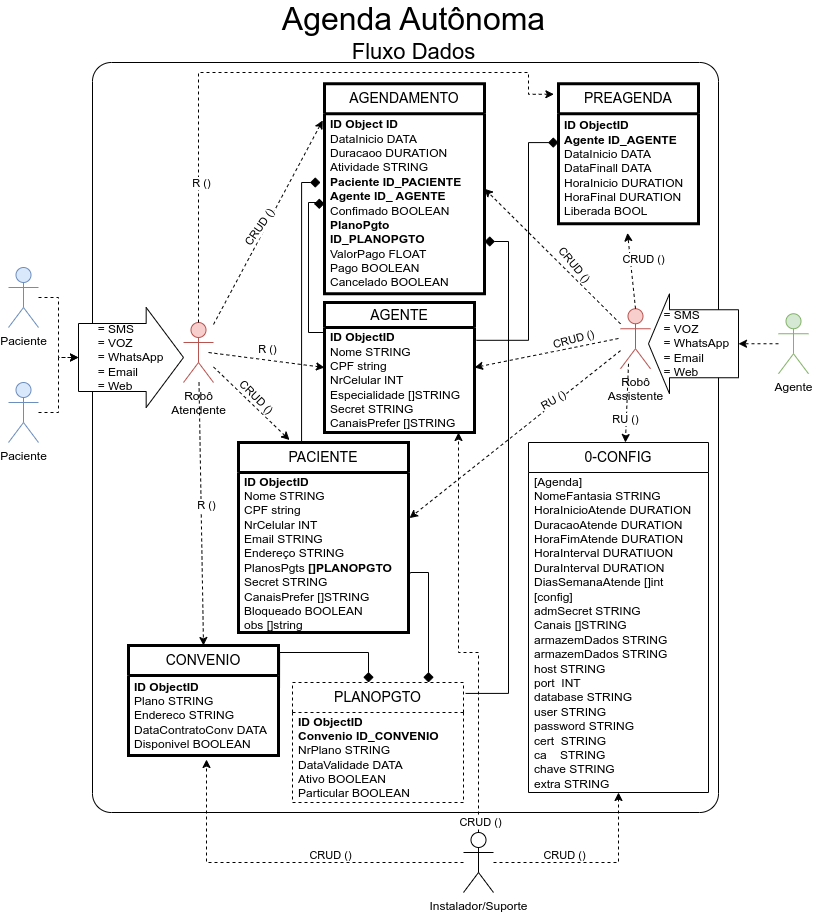
This is Agenda-Página-1.drawio.png from gunboe/Agenda, a draw.io export, as it was before one commit. Source tidied: cells renumbered, new cells last; positions are measured from the earlier drawing's top-left corner, leaving out a move shared by most shapes.
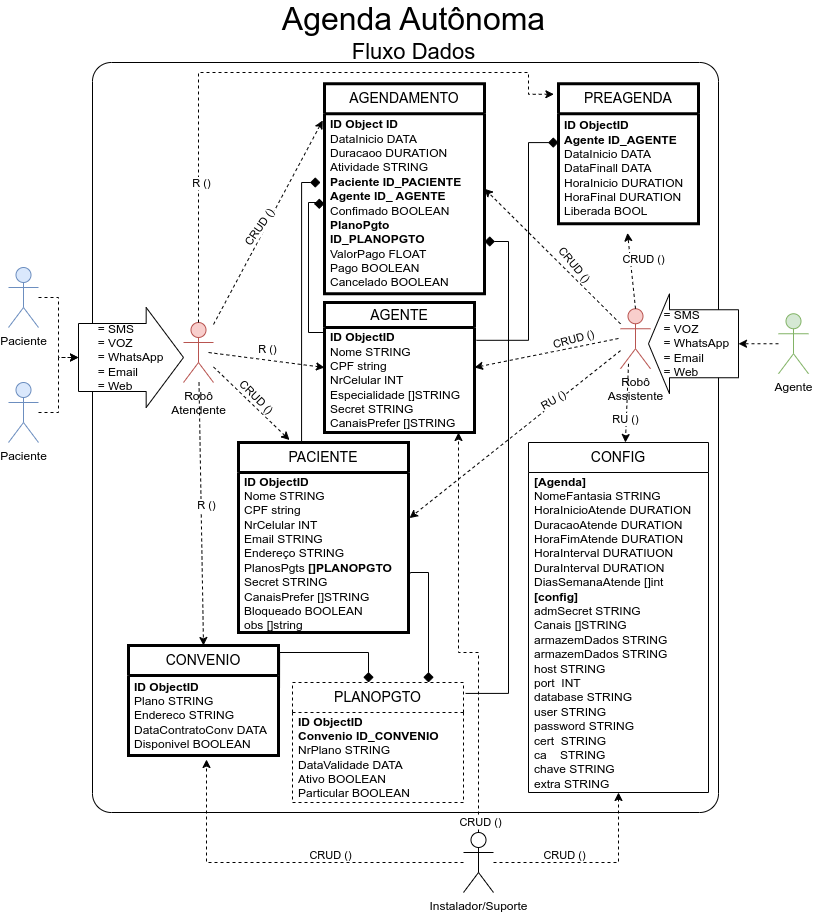
Later version of the same file.

Change to the diagram source:
```diff
@@ -107,10 +107,10 @@
         <mxPoint x="5" y="-12" as="offset" />
       </mxGeometry>
     </mxCell>
-    <mxCell id="31" value="&lt;font style=&quot;font-size: 14px;&quot;&gt;0-CONFIG&lt;/font&gt;" style="swimlane;fontStyle=0;horizontal=1;startSize=30;whiteSpace=wrap;html=1;" parent="1" vertex="1">
+    <mxCell id="31" value="&lt;font style=&quot;font-size: 14px;&quot;&gt;CONFIG&lt;/font&gt;" style="swimlane;fontStyle=0;horizontal=1;startSize=30;whiteSpace=wrap;html=1;" parent="1" vertex="1">
       <mxGeometry x="520" y="440" width="180" height="350" as="geometry" />
     </mxCell>
-    <mxCell id="32" value="[Agenda]&lt;br&gt;NomeFantasia STRING&lt;br&gt;HoraInicioAtende DURATION&lt;br&gt;DuracaoAtende DURATION&lt;br&gt;HoraFimAtende DURATION&lt;br&gt;HoraInterval DURATIUON&lt;br&gt;DuraInterval DURATION&lt;br&gt;DiasSemanaAtende []int&lt;br&gt;[config]&lt;br&gt;admSecret STRING&lt;br&gt;Canais []STRING&lt;br&gt;armazemDados STRING&lt;br&gt;&lt;div&gt;armazemDados STRING&lt;/div&gt;&lt;div&gt;host STRING&lt;/div&gt;&lt;div&gt;port&amp;nbsp; INT&lt;/div&gt;&lt;div&gt;database STRING&lt;/div&gt;&lt;div&gt;user STRING&lt;/div&gt;&lt;div&gt;password STRING&lt;/div&gt;&lt;div&gt;cert&amp;nbsp; STRING&lt;/div&gt;&lt;div&gt;ca&amp;nbsp; &amp;nbsp; STRING&lt;/div&gt;&lt;div&gt;chave STRING&lt;/div&gt;&lt;div&gt;extra STRING&lt;/div&gt;" style="text;strokeColor=none;fillColor=none;align=left;verticalAlign=middle;spacingLeft=4;spacingRight=4;overflow=hidden;whiteSpace=wrap;html=1;" parent="31" vertex="1">
+    <mxCell id="32" value="&lt;b&gt;[Agenda]&lt;br&gt;&lt;/b&gt;NomeFantasia STRING&lt;br&gt;HoraInicioAtende DURATION&lt;br&gt;DuracaoAtende DURATION&lt;br&gt;HoraFimAtende DURATION&lt;br&gt;HoraInterval DURATIUON&lt;br&gt;DuraInterval DURATION&lt;br&gt;DiasSemanaAtende []int&lt;br&gt;&lt;b&gt;[config]&lt;br&gt;&lt;/b&gt;admSecret STRING&lt;br&gt;Canais []STRING&lt;br&gt;armazemDados STRING&lt;br&gt;&lt;div&gt;armazemDados STRING&lt;/div&gt;&lt;div&gt;host STRING&lt;/div&gt;&lt;div&gt;port&amp;nbsp; INT&lt;/div&gt;&lt;div&gt;database STRING&lt;/div&gt;&lt;div&gt;user STRING&lt;/div&gt;&lt;div&gt;password STRING&lt;/div&gt;&lt;div&gt;cert&amp;nbsp; STRING&lt;/div&gt;&lt;div&gt;ca&amp;nbsp; &amp;nbsp; STRING&lt;/div&gt;&lt;div&gt;chave STRING&lt;/div&gt;&lt;div&gt;extra STRING&lt;/div&gt;" style="text;strokeColor=none;fillColor=none;align=left;verticalAlign=middle;spacingLeft=4;spacingRight=4;overflow=hidden;whiteSpace=wrap;html=1;" parent="31" vertex="1">
       <mxGeometry y="30" width="180" height="320" as="geometry" />
     </mxCell>
     <mxCell id="33" style="edgeStyle=orthogonalEdgeStyle;rounded=0;jettySize=auto;html=1;entryX=0;entryY=0.5;entryDx=0;entryDy=0;entryPerimeter=0;dashed=1;" parent="1" edge="1" source="7" target="18">
```
